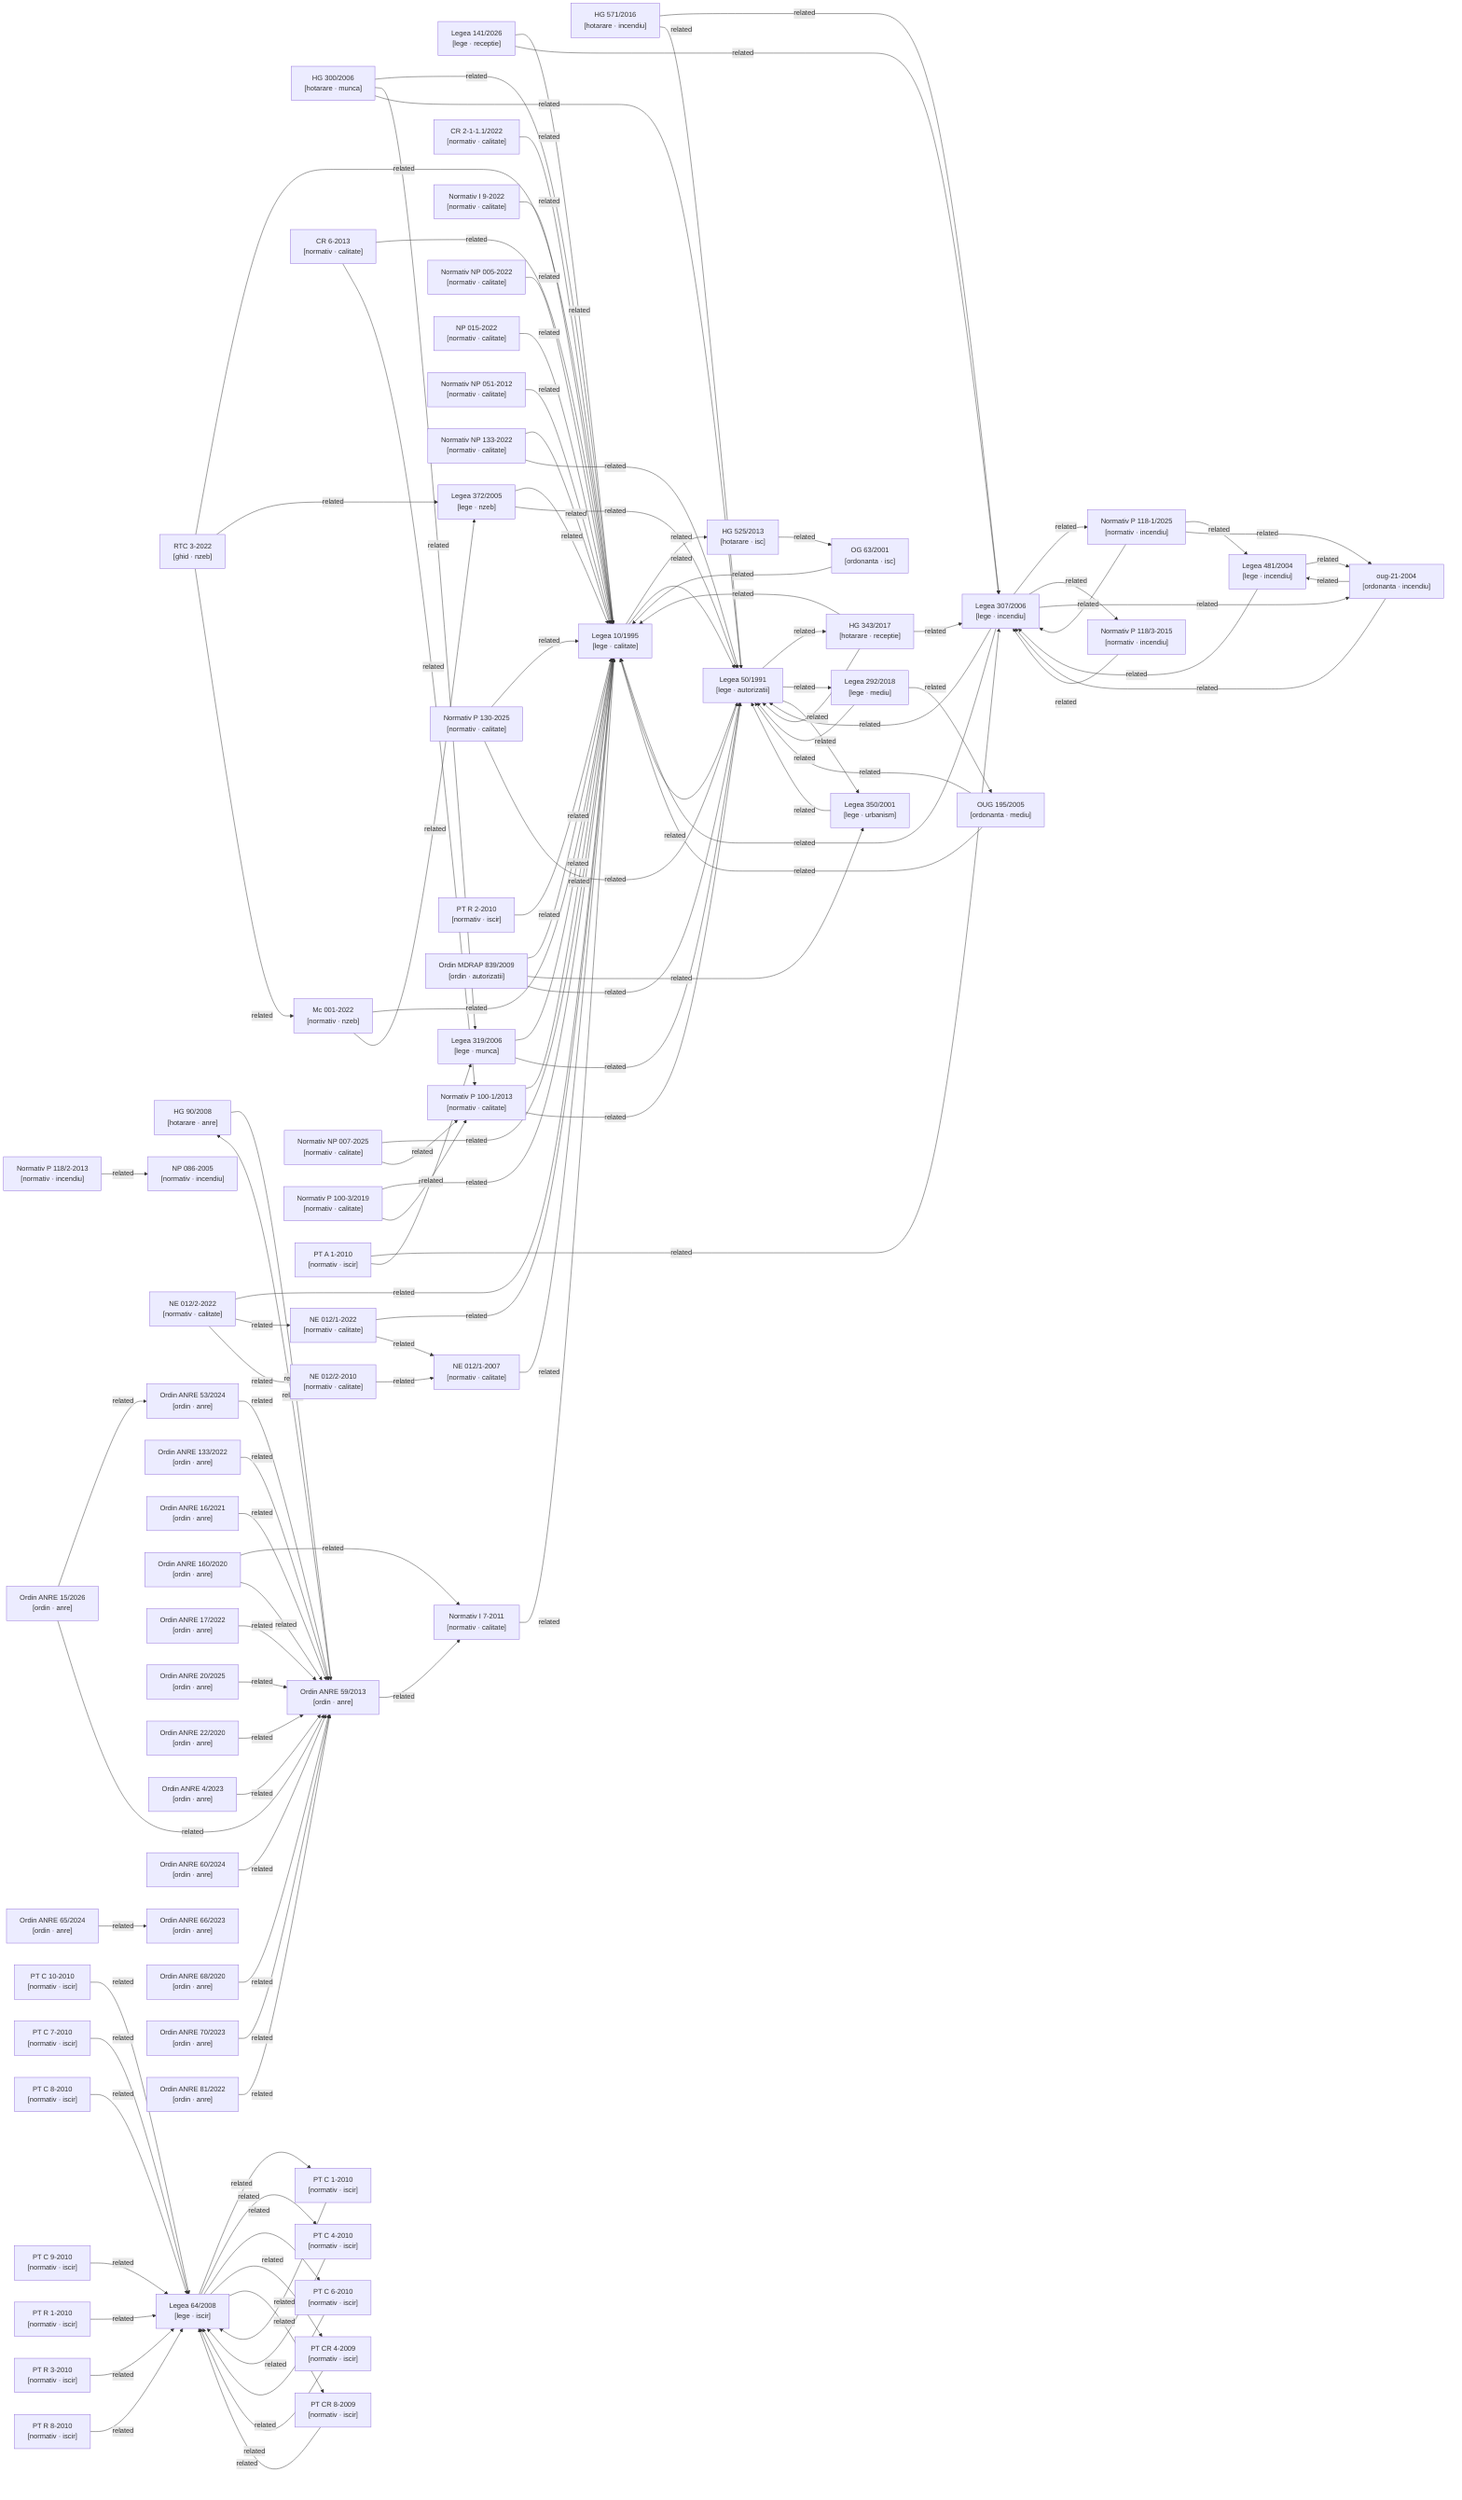
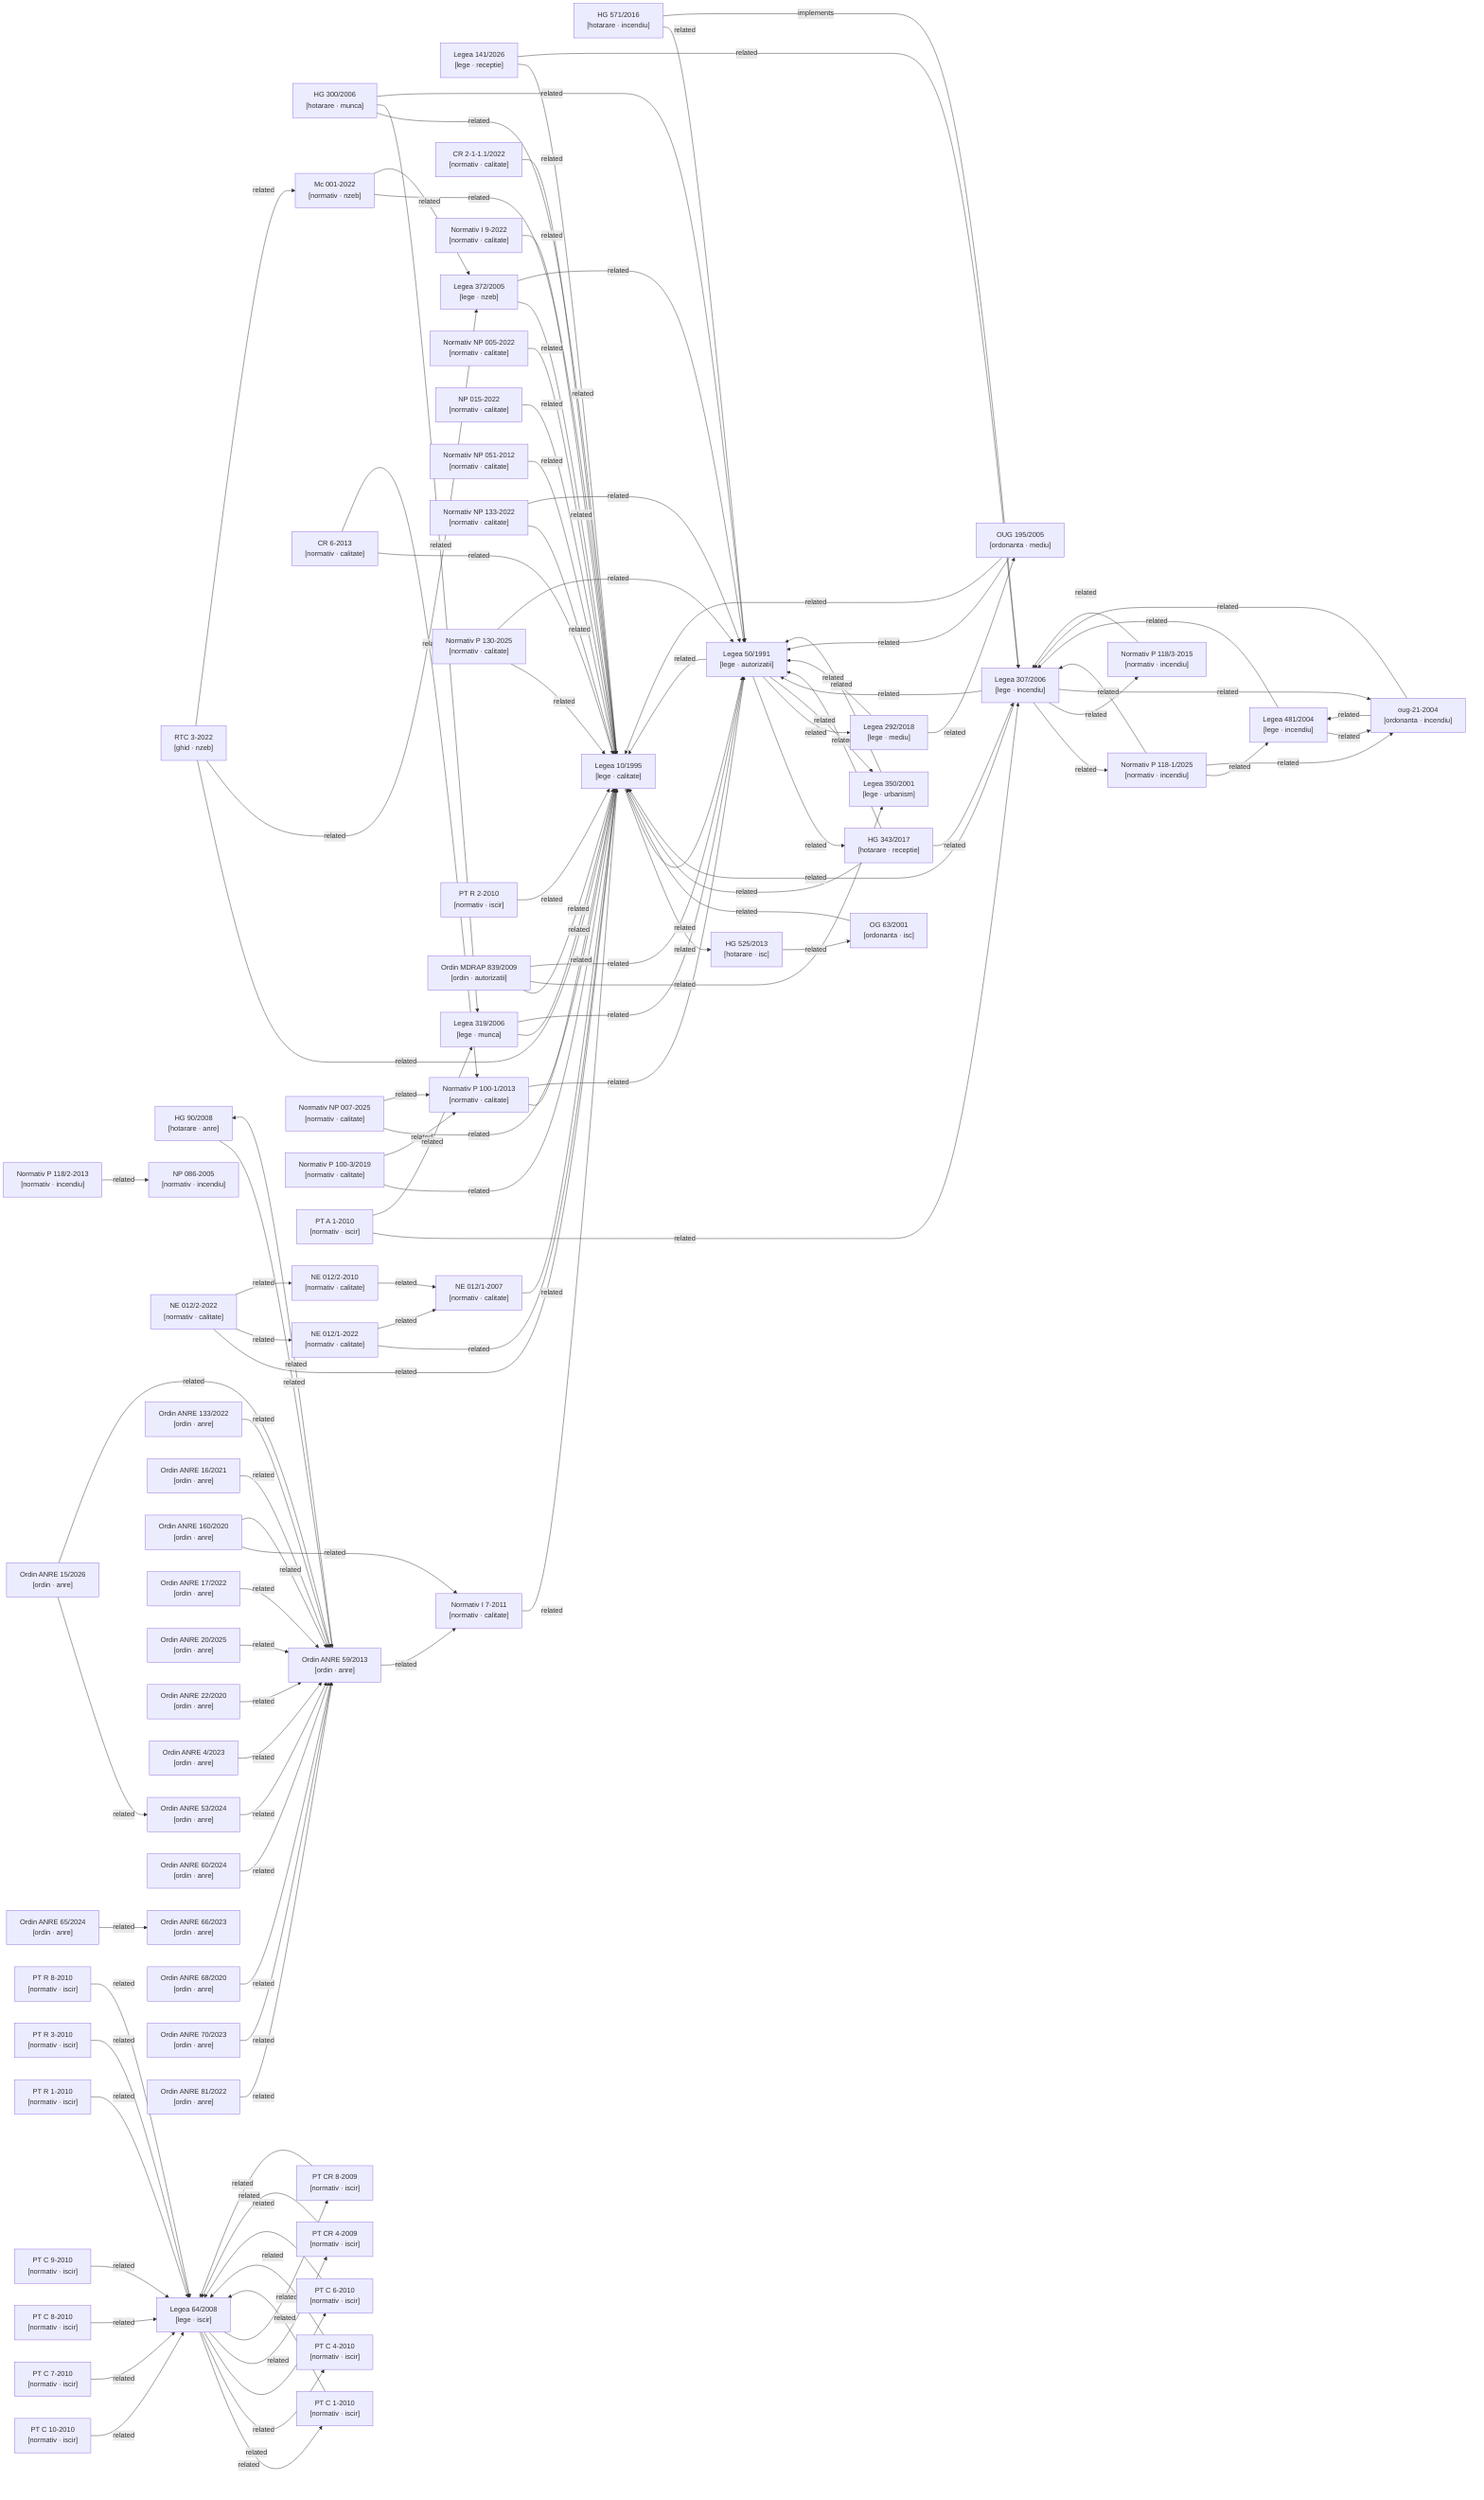
graph LR

  %% Nodes
  ghid-rtc3-2022["RTC 3-2022\n[ghid · nzeb]"]
  hg-300-2006["HG 300/2006\n[hotarare · munca]"]
  hg-343-2017["HG 343/2017\n[hotarare · receptie]"]
  hg-525-2013["HG 525/2013\n[hotarare · isc]"]
  hg-571-2016["HG 571/2016\n[hotarare · incendiu]"]
  hg-90-2008["HG 90/2008\n[hotarare · anre]"]
  lege-10-1995["Legea 10/1995\n[lege · calitate]"]
  lege-141-2026["Legea 141/2026\n[lege · receptie]"]
  lege-292-2018["Legea 292/2018\n[lege · mediu]"]
  lege-307-2006["Legea 307/2006\n[lege · incendiu]"]
  lege-319-2006["Legea 319/2006\n[lege · munca]"]
  lege-350-2001["Legea 350/2001\n[lege · urbanism]"]
  lege-372-2005["Legea 372/2005\n[lege · nzeb]"]
  lege-481-2004["Legea 481/2004\n[lege · incendiu]"]
  lege-50-1991["Legea 50/1991\n[lege · autorizatii]"]
  lege-64-2008["Legea 64/2008\n[lege · iscir]"]
  metodologie-mc001-2022["Mc 001-2022\n[normativ · nzeb]"]
  normativ-cr2-1-1-1-2022["CR 2-1-1.1/2022\n[normativ · calitate]"]
  normativ-cr6-2013["CR 6-2013\n[normativ · calitate]"]
  normativ-i7-2011["Normativ I 7-2011\n[normativ · calitate]"]
  normativ-i9-2022["Normativ I 9-2022\n[normativ · calitate]"]
  normativ-ne012-1-2007["NE 012/1-2007\n[normativ · calitate]"]
  normativ-ne012-1-2022["NE 012/1-2022\n[normativ · calitate]"]
  normativ-ne012-2-2010["NE 012/2-2010\n[normativ · calitate]"]
  normativ-ne012-2-2022["NE 012/2-2022\n[normativ · calitate]"]
  normativ-np005-2022["Normativ NP 005-2022\n[normativ · calitate]"]
  normativ-np007-2025["Normativ NP 007-2025\n[normativ · calitate]"]
  normativ-np015-2022["NP 015-2022\n[normativ · calitate]"]
  normativ-np051-2012["Normativ NP 051-2012\n[normativ · calitate]"]
  normativ-np086-2005["NP 086-2005\n[normativ · incendiu]"]
  normativ-np133-2022["Normativ NP 133-2022\n[normativ · calitate]"]
  normativ-p100-1-2013["Normativ P 100-1/2013\n[normativ · calitate]"]
  normativ-p100-3-2019["Normativ P 100-3/2019\n[normativ · calitate]"]
  normativ-p118-1-2025["Normativ P 118-1/2025\n[normativ · incendiu]"]
  normativ-p118-2-2013["Normativ P 118/2-2013\n[normativ · incendiu]"]
  normativ-p118-3-2015["Normativ P 118/3-2015\n[normativ · incendiu]"]
  normativ-p130-2025["Normativ P 130-2025\n[normativ · calitate]"]
  normativ-pt-a1-2010["PT A 1-2010\n[normativ · iscir]"]
  normativ-pt-c1-2010["PT C 1-2010\n[normativ · iscir]"]
  normativ-pt-c10-2010["PT C 10-2010\n[normativ · iscir]"]
  normativ-pt-c4-2010["PT C 4-2010\n[normativ · iscir]"]
  normativ-pt-c6-2010["PT C 6-2010\n[normativ · iscir]"]
  normativ-pt-c7-2010["PT C 7-2010\n[normativ · iscir]"]
  normativ-pt-c8-2010["PT C 8-2010\n[normativ · iscir]"]
  normativ-pt-c9-2010["PT C 9-2010\n[normativ · iscir]"]
  normativ-pt-cr4-2009["PT CR 4-2009\n[normativ · iscir]"]
  normativ-pt-cr8-2009["PT CR 8-2009\n[normativ · iscir]"]
  normativ-pt-r1-2010["PT R 1-2010\n[normativ · iscir]"]
  normativ-pt-r2-2010["PT R 2-2010\n[normativ · iscir]"]
  normativ-pt-r3-2010["PT R 3-2010\n[normativ · iscir]"]
  normativ-pt-r8-2010["PT R 8-2010\n[normativ · iscir]"]
  og-63-2001["OG 63/2001\n[ordonanta · isc]"]
  ordin-839-2009["Ordin MDRAP 839/2009\n[ordin · autorizatii]"]
  ordin-anre-133-2022["Ordin ANRE 133/2022\n[ordin · anre]"]
  ordin-anre-15-2026["Ordin ANRE 15/2026\n[ordin · anre]"]
  ordin-anre-16-2021["Ordin ANRE 16/2021\n[ordin · anre]"]
  ordin-anre-160-2020["Ordin ANRE 160/2020\n[ordin · anre]"]
  ordin-anre-17-2022["Ordin ANRE 17/2022\n[ordin · anre]"]
  ordin-anre-20-2025["Ordin ANRE 20/2025\n[ordin · anre]"]
  ordin-anre-22-2020["Ordin ANRE 22/2020\n[ordin · anre]"]
  ordin-anre-4-2023["Ordin ANRE 4/2023\n[ordin · anre]"]
  ordin-anre-53-2024["Ordin ANRE 53/2024\n[ordin · anre]"]
  ordin-anre-59-2013["Ordin ANRE 59/2013\n[ordin · anre]"]
  ordin-anre-60-2024["Ordin ANRE 60/2024\n[ordin · anre]"]
  ordin-anre-65-2024["Ordin ANRE 65/2024\n[ordin · anre]"]
  ordin-anre-66-2023["Ordin ANRE 66/2023\n[ordin · anre]"]
  ordin-anre-68-2020["Ordin ANRE 68/2020\n[ordin · anre]"]
  ordin-anre-70-2023["Ordin ANRE 70/2023\n[ordin · anre]"]
  ordin-anre-81-2022["Ordin ANRE 81/2022\n[ordin · anre]"]
  oug-195-2005["OUG 195/2005\n[ordonanta · mediu]"]
  oug-21-2004["oug-21-2004\n[ordonanta · incendiu]"]

  %% Confirmed relationships (from metadata related_acts)
  ghid-rtc3-2022 -->|related| lege-10-1995
  ghid-rtc3-2022 -->|related| lege-372-2005
  ghid-rtc3-2022 -->|related| metodologie-mc001-2022
  hg-300-2006 -->|related| lege-10-1995
  hg-300-2006 -->|related| lege-319-2006
  hg-300-2006 -->|related| lege-50-1991
  hg-343-2017 -->|related| lege-10-1995
  hg-343-2017 -->|related| lege-307-2006
  hg-343-2017 -->|related| lege-50-1991
  hg-525-2013 -->|related| og-63-2001
-   hg-571-2016 -->|related| lege-307-2006
  hg-571-2016 -->|related| lege-50-1991
+   hg-571-2016 -->|implements| lege-307-2006
  hg-90-2008 -->|related| ordin-anre-59-2013
  lege-10-1995 -->|related| hg-525-2013
  lege-10-1995 -->|related| lege-50-1991
  lege-141-2026 -->|related| lege-10-1995
  lege-141-2026 -->|related| lege-307-2006
  lege-292-2018 -->|related| lege-50-1991
  lege-292-2018 -->|related| oug-195-2005
  lege-307-2006 -->|related| lege-10-1995
  lege-307-2006 -->|related| lege-50-1991
  lege-307-2006 -->|related| normativ-p118-1-2025
  lege-307-2006 -->|related| normativ-p118-3-2015
  lege-307-2006 -->|related| oug-21-2004
  lege-319-2006 -->|related| lege-10-1995
  lege-319-2006 -->|related| lege-50-1991
  lege-350-2001 -->|related| lege-50-1991
  lege-372-2005 -->|related| lege-10-1995
  lege-372-2005 -->|related| lege-50-1991
  lege-481-2004 -->|related| lege-307-2006
  lege-481-2004 -->|related| oug-21-2004
  lege-50-1991 -->|related| hg-343-2017
  lege-50-1991 -->|related| lege-10-1995
  lege-50-1991 -->|related| lege-292-2018
  lege-50-1991 -->|related| lege-350-2001
  lege-64-2008 -->|related| normativ-pt-c1-2010
  lege-64-2008 -->|related| normativ-pt-c4-2010
  lege-64-2008 -->|related| normativ-pt-c6-2010
  lege-64-2008 -->|related| normativ-pt-cr4-2009
  lege-64-2008 -->|related| normativ-pt-cr8-2009
  metodologie-mc001-2022 -->|related| lege-10-1995
  metodologie-mc001-2022 -->|related| lege-372-2005
  normativ-cr2-1-1-1-2022 -->|related| lege-10-1995
  normativ-cr6-2013 -->|related| lege-10-1995
  normativ-cr6-2013 -->|related| normativ-p100-1-2013
  normativ-i7-2011 -->|related| lege-10-1995
  normativ-i9-2022 -->|related| lege-10-1995
  normativ-ne012-1-2007 -->|related| lege-10-1995
  normativ-ne012-1-2022 -->|related| lege-10-1995
  normativ-ne012-1-2022 -->|related| normativ-ne012-1-2007
  normativ-ne012-2-2010 -->|related| normativ-ne012-1-2007
  normativ-ne012-2-2022 -->|related| lege-10-1995
  normativ-ne012-2-2022 -->|related| normativ-ne012-1-2022
  normativ-ne012-2-2022 -->|related| normativ-ne012-2-2010
  normativ-np005-2022 -->|related| lege-10-1995
  normativ-np007-2025 -->|related| lege-10-1995
  normativ-np007-2025 -->|related| normativ-p100-1-2013
  normativ-np015-2022 -->|related| lege-10-1995
  normativ-np051-2012 -->|related| lege-10-1995
  normativ-np133-2022 -->|related| lege-10-1995
  normativ-np133-2022 -->|related| lege-50-1991
  normativ-p100-1-2013 -->|related| lege-10-1995
  normativ-p100-1-2013 -->|related| lege-50-1991
  normativ-p100-3-2019 -->|related| lege-10-1995
  normativ-p100-3-2019 -->|related| normativ-p100-1-2013
  normativ-p118-1-2025 -->|related| lege-307-2006
  normativ-p118-1-2025 -->|related| lege-481-2004
  normativ-p118-1-2025 -->|related| oug-21-2004
  normativ-p118-2-2013 -->|related| normativ-np086-2005
  normativ-p118-3-2015 -->|related| lege-307-2006
  normativ-p130-2025 -->|related| lege-10-1995
  normativ-p130-2025 -->|related| lege-50-1991
  normativ-pt-a1-2010 -->|related| lege-307-2006
  normativ-pt-a1-2010 -->|related| lege-319-2006
  normativ-pt-c1-2010 -->|related| lege-64-2008
  normativ-pt-c10-2010 -->|related| lege-64-2008
  normativ-pt-c4-2010 -->|related| lege-64-2008
  normativ-pt-c6-2010 -->|related| lege-64-2008
  normativ-pt-c7-2010 -->|related| lege-64-2008
  normativ-pt-c8-2010 -->|related| lege-64-2008
  normativ-pt-c9-2010 -->|related| lege-64-2008
  normativ-pt-cr4-2009 -->|related| lege-64-2008
  normativ-pt-cr8-2009 -->|related| lege-64-2008
  normativ-pt-r1-2010 -->|related| lege-64-2008
  normativ-pt-r2-2010 -->|related| lege-10-1995
  normativ-pt-r3-2010 -->|related| lege-64-2008
  normativ-pt-r8-2010 -->|related| lege-64-2008
  og-63-2001 -->|related| lege-10-1995
  ordin-839-2009 -->|related| lege-10-1995
  ordin-839-2009 -->|related| lege-350-2001
  ordin-839-2009 -->|related| lege-50-1991
  ordin-anre-133-2022 -->|related| ordin-anre-59-2013
  ordin-anre-15-2026 -->|related| ordin-anre-53-2024
  ordin-anre-15-2026 -->|related| ordin-anre-59-2013
  ordin-anre-16-2021 -->|related| ordin-anre-59-2013
  ordin-anre-160-2020 -->|related| normativ-i7-2011
  ordin-anre-160-2020 -->|related| ordin-anre-59-2013
  ordin-anre-17-2022 -->|related| ordin-anre-59-2013
  ordin-anre-20-2025 -->|related| ordin-anre-59-2013
  ordin-anre-22-2020 -->|related| ordin-anre-59-2013
  ordin-anre-4-2023 -->|related| ordin-anre-59-2013
  ordin-anre-53-2024 -->|related| ordin-anre-59-2013
  ordin-anre-59-2013 -->|related| hg-90-2008
  ordin-anre-59-2013 -->|related| normativ-i7-2011
  ordin-anre-60-2024 -->|related| ordin-anre-59-2013
  ordin-anre-65-2024 -->|related| ordin-anre-66-2023
  ordin-anre-68-2020 -->|related| ordin-anre-59-2013
  ordin-anre-70-2023 -->|related| ordin-anre-59-2013
  ordin-anre-81-2022 -->|related| ordin-anre-59-2013
  oug-195-2005 -->|related| lege-10-1995
  oug-195-2005 -->|related| lege-50-1991
  oug-21-2004 -->|related| lege-307-2006
  oug-21-2004 -->|related| lege-481-2004

  %% Auto-detected relationships (needs_review)
